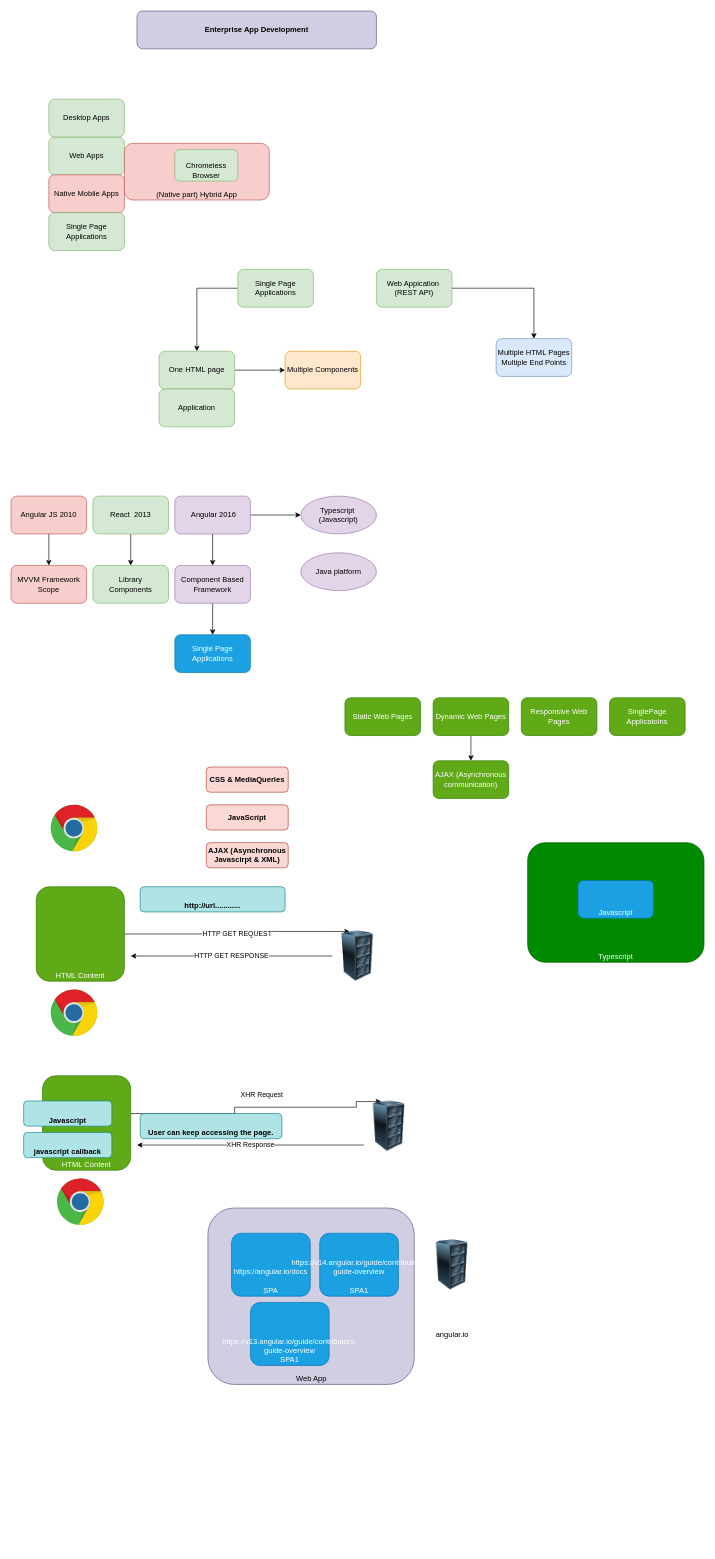
This is page "Angular Getting Started" (1 of 5) of ANGULAR/Angular.drawio from nathub071122/natGIT, a draw.io file, before an edit. Source tidied: cells renumbered, new cells numbered last; positions are measured from the earlier drawing's top-left corner, leaving out a move shared by most shapes. Both pictures are drawn from the tidied source at 63%, with x=0, y=0 at pixel (11, 11).
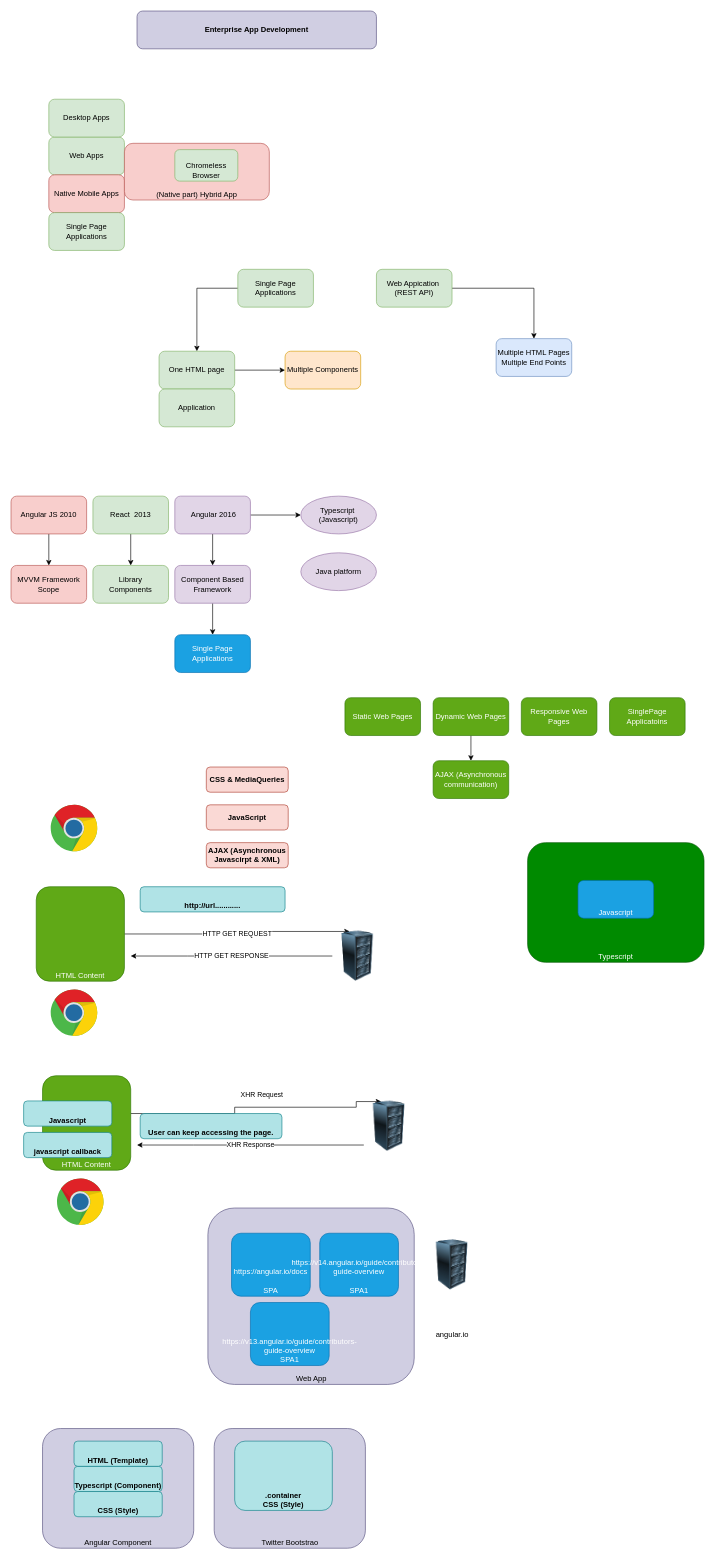
After the change.

Change to the diagram source:
```diff
@@
+    <mxCell id="66" value="Twitter Bootstrao" style="rounded=1;whiteSpace=wrap;html=1;fillColor=#d0cee2;strokeColor=#56517e;verticalAlign=bottom;" parent="1" vertex="1">
+      <mxGeometry x="322.5" y="2250" width="240" height="190" as="geometry" />
+    </mxCell>
+    <mxCell id="67" value="Angular Component" style="rounded=1;whiteSpace=wrap;html=1;fillColor=#d0cee2;strokeColor=#56517e;verticalAlign=bottom;" parent="1" vertex="1">
+      <mxGeometry x="50" y="2250" width="240" height="190" as="geometry" />
+    </mxCell>
@@
+    <mxCell id="68" value="Typescript (Component)" style="rounded=1;whiteSpace=wrap;html=1;fillColor=#b0e3e6;strokeColor=#0e8088;fontStyle=1;verticalAlign=bottom;" parent="1" vertex="1">
+      <mxGeometry x="100" y="2310" width="140" height="40" as="geometry" />
+    </mxCell>
+    <mxCell id="69" value="HTML (Template)" style="rounded=1;whiteSpace=wrap;html=1;fillColor=#b0e3e6;strokeColor=#0e8088;fontStyle=1;verticalAlign=bottom;" parent="1" vertex="1">
+      <mxGeometry x="100" y="2270" width="140" height="40" as="geometry" />
+    </mxCell>
+    <mxCell id="70" value="CSS (Style)" style="rounded=1;whiteSpace=wrap;html=1;fillColor=#b0e3e6;strokeColor=#0e8088;fontStyle=1;verticalAlign=bottom;" parent="1" vertex="1">
+      <mxGeometry x="100" y="2350" width="140" height="40" as="geometry" />
+    </mxCell>
+    <mxCell id="71" value=".container&lt;br&gt;CSS (Style)" style="rounded=1;whiteSpace=wrap;html=1;fillColor=#b0e3e6;strokeColor=#0e8088;fontStyle=1;verticalAlign=bottom;" parent="1" vertex="1">
+      <mxGeometry x="355" y="2270" width="155" height="110" as="geometry" />
+    </mxCell>
```
